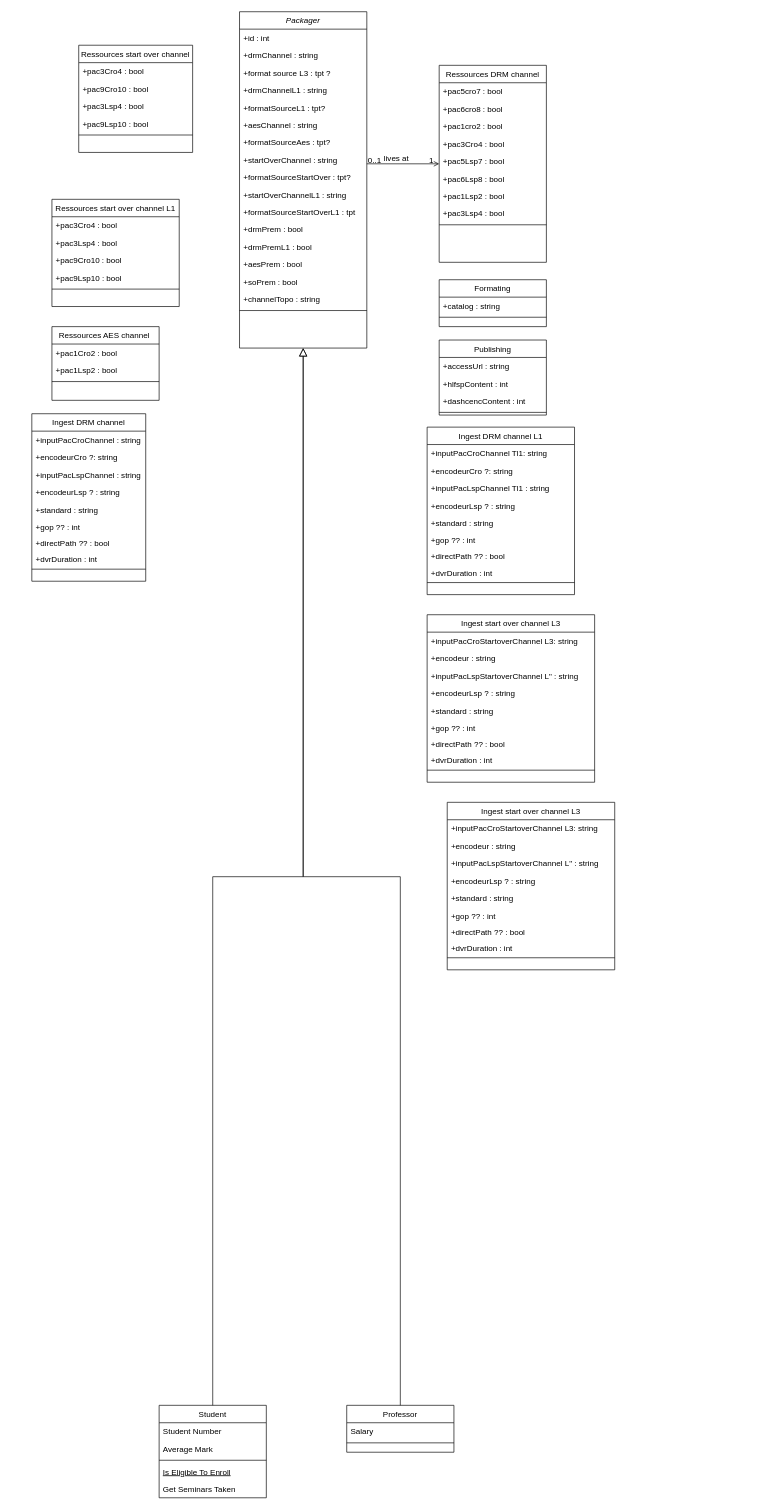
Before: Diagramme sans nom.drawio in Amegbedji-Thais/api, a draw.io diagram. Source tidied: cells renumbered, new cells numbered last; positions are measured from the earlier drawing's top-left corner, leaving out a move shared by most shapes. Both pictures are drawn from the tidied source at 67%, with x=0, y=0 at pixel (31, 11).
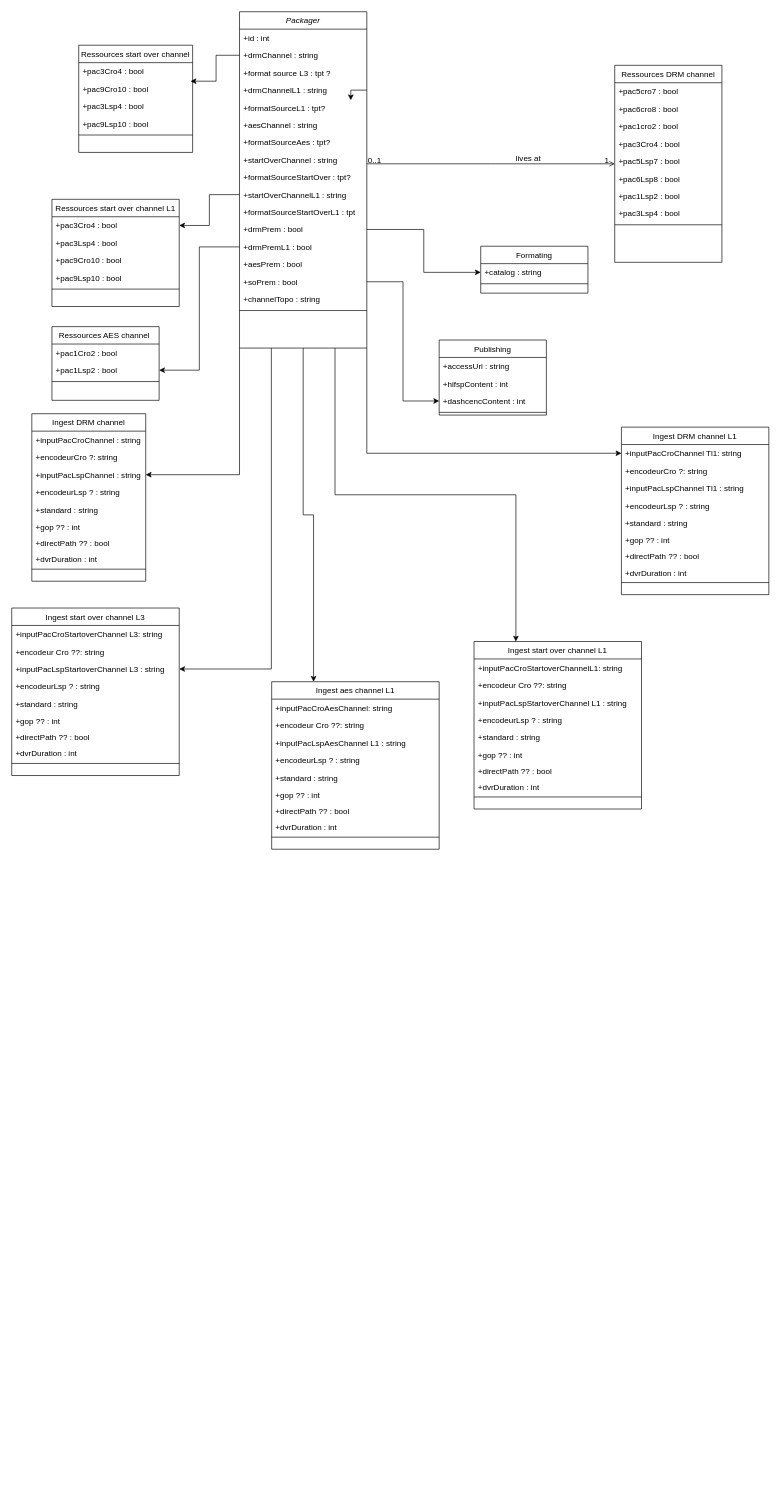
The same page after the edit.

Commit message (it also covers changes not shown here):
Packager MKP diagram.drawio

The change refers to these unchanged cells:
```xml
<mxCell id="2" value="Packager" style="swimlane;fontStyle=2;align=center;verticalAlign=top;horizontal=1;startSize=26;rounded=0;shadow=0;strokeWidth=1;" parent="1" vertex="1">
  <mxGeometry x="310" width="190" height="502" as="geometry" />
</mxCell>
<mxCell id="4" value="+drmChannel : string" style="text;align=left;verticalAlign=top;spacingLeft=4;spacingRight=4;overflow=hidden;points=[[0,0.5],[1,0.5]];portConstraint=eastwest;rounded=0;shadow=0;html=0;" parent="2" vertex="1">
  <mxGeometry y="52" width="190" height="26" as="geometry" />
</mxCell>
<mxCell id="6" value="+drmChannelL1 : string" style="text;align=left;verticalAlign=top;spacingLeft=4;spacingRight=4;overflow=hidden;points=[[0,0.5],[1,0.5]];portConstraint=eastwest;rounded=0;shadow=0;html=0;" parent="2" vertex="1">
  <mxGeometry y="104" width="190" height="26" as="geometry" />
</mxCell>
<mxCell id="7" value="+formatSourceL1 : tpt?" style="text;align=left;verticalAlign=top;spacingLeft=4;spacingRight=4;overflow=hidden;points=[[0,0.5],[1,0.5]];portConstraint=eastwest;rounded=0;shadow=0;html=0;" parent="2" vertex="1">
  <mxGeometry y="130" width="190" height="26" as="geometry" />
</mxCell>
<mxCell id="12" value="+startOverChannelL1 : string" style="text;align=left;verticalAlign=top;spacingLeft=4;spacingRight=4;overflow=hidden;points=[[0,0.5],[1,0.5]];portConstraint=eastwest;rounded=0;shadow=0;html=0;" parent="2" vertex="1">
  <mxGeometry y="260" width="190" height="26" as="geometry" />
</mxCell>
<mxCell id="14" value="+drmPrem : bool" style="text;align=left;verticalAlign=top;spacingLeft=4;spacingRight=4;overflow=hidden;points=[[0,0.5],[1,0.5]];portConstraint=eastwest;rounded=0;shadow=0;html=0;" parent="2" vertex="1">
  <mxGeometry y="312" width="190" height="26" as="geometry" />
</mxCell>
<mxCell id="15" value="+drmPremL1 : bool" style="text;align=left;verticalAlign=top;spacingLeft=4;spacingRight=4;overflow=hidden;points=[[0,0.5],[1,0.5]];portConstraint=eastwest;rounded=0;shadow=0;html=0;" parent="2" vertex="1">
  <mxGeometry y="338" width="190" height="26" as="geometry" />
</mxCell>
<mxCell id="17" value="+soPrem : bool" style="text;align=left;verticalAlign=top;spacingLeft=4;spacingRight=4;overflow=hidden;points=[[0,0.5],[1,0.5]];portConstraint=eastwest;rounded=0;shadow=0;html=0;" parent="2" vertex="1">
  <mxGeometry y="390" width="190" height="26" as="geometry" />
</mxCell>
<mxCell id="47" value="+pac9Cro10 : bool" style="text;align=left;verticalAlign=top;spacingLeft=4;spacingRight=4;overflow=hidden;points=[[0,0.5],[1,0.5]];portConstraint=eastwest;rounded=0;shadow=0;html=0;" parent="45" vertex="1">
  <mxGeometry y="52" width="170" height="26" as="geometry" />
</mxCell>
<mxCell id="52" value="+pac3Cro4 : bool" style="text;align=left;verticalAlign=top;spacingLeft=4;spacingRight=4;overflow=hidden;points=[[0,0.5],[1,0.5]];portConstraint=eastwest;" parent="51" vertex="1">
  <mxGeometry y="26" width="190" height="26" as="geometry" />
</mxCell>
<mxCell id="59" value="+pac1Lsp2 : bool" style="text;align=left;verticalAlign=top;spacingLeft=4;spacingRight=4;overflow=hidden;points=[[0,0.5],[1,0.5]];portConstraint=eastwest;rounded=0;shadow=0;html=0;" parent="57" vertex="1">
  <mxGeometry y="52" width="160" height="26" as="geometry" />
</mxCell>
<mxCell id="64" value="+inputPacLspChannel : string" style="text;align=left;verticalAlign=top;spacingLeft=4;spacingRight=4;overflow=hidden;points=[[0,0.5],[1,0.5]];portConstraint=eastwest;rounded=0;shadow=0;html=0;" parent="61" vertex="1">
  <mxGeometry y="78" width="170" height="26" as="geometry" />
</mxCell>
<mxCell id="72" value="+catalog : string" style="text;align=left;verticalAlign=top;spacingLeft=4;spacingRight=4;overflow=hidden;points=[[0,0.5],[1,0.5]];portConstraint=eastwest;" parent="71" vertex="1">
  <mxGeometry y="26" width="160" height="26" as="geometry" />
</mxCell>
<mxCell id="77" value="+dashcencContent : int" style="text;align=left;verticalAlign=top;spacingLeft=4;spacingRight=4;overflow=hidden;points=[[0,0.5],[1,0.5]];portConstraint=eastwest;rounded=0;shadow=0;html=0;" parent="74" vertex="1">
  <mxGeometry y="78" width="160" height="26" as="geometry" />
</mxCell>
<mxCell id="80" value="+inputPacCroChannel Tl1: string" style="text;align=left;verticalAlign=top;spacingLeft=4;spacingRight=4;overflow=hidden;points=[[0,0.5],[1,0.5]];portConstraint=eastwest;" parent="79" vertex="1">
  <mxGeometry y="26" width="220" height="26" as="geometry" />
</mxCell>
```

Change to the diagram source:
```diff
@@
+    <mxCell id="109" style="edgeStyle=orthogonalEdgeStyle;rounded=0;jettySize=auto;html=1;exitX=0;exitY=1;exitDx=0;exitDy=0;entryX=1;entryY=0.5;entryDx=0;entryDy=0;" parent="1" edge="1" source="2" target="64">
+      <mxGeometry relative="1" as="geometry" />
+    </mxCell>
+    <mxCell id="110" style="edgeStyle=orthogonalEdgeStyle;rounded=0;jettySize=auto;html=1;exitX=1;exitY=1;exitDx=0;exitDy=0;entryX=0;entryY=0.5;entryDx=0;entryDy=0;" parent="1" edge="1" source="2" target="80">
+      <mxGeometry relative="1" as="geometry" />
+    </mxCell>
+    <mxCell id="111" style="edgeStyle=orthogonalEdgeStyle;rounded=0;jettySize=auto;html=1;exitX=0.75;exitY=1;exitDx=0;exitDy=0;entryX=0.25;entryY=0;entryDx=0;entryDy=0;" parent="1" edge="1" source="2" target="99">
+      <mxGeometry relative="1" as="geometry" />
+    </mxCell>
+    <mxCell id="112" style="edgeStyle=orthogonalEdgeStyle;rounded=0;jettySize=auto;html=1;exitX=0.25;exitY=1;exitDx=0;exitDy=0;entryX=1;entryY=0.5;entryDx=0;entryDy=0;" parent="1" edge="1" source="2" target="92">
+      <mxGeometry relative="1" as="geometry" />
+    </mxCell>
+    <mxCell id="113" style="edgeStyle=orthogonalEdgeStyle;rounded=0;jettySize=auto;html=1;exitX=0.5;exitY=1;exitDx=0;exitDy=0;entryX=0.25;entryY=0;entryDx=0;entryDy=0;" parent="1" edge="1" source="2" target="115">
+      <mxGeometry relative="1" as="geometry" />
+    </mxCell>
@@
+    <mxCell id="114" style="edgeStyle=orthogonalEdgeStyle;rounded=0;jettySize=auto;html=1;exitX=1;exitY=0.5;exitDx=0;exitDy=0;entryX=0.874;entryY=0.081;entryDx=0;entryDy=0;entryPerimeter=0;" parent="2" edge="1" source="6" target="7">
+      <mxGeometry relative="1" as="geometry" />
+    </mxCell>
@@
-    <mxCell id="20" value="Student" style="swimlane;fontStyle=0;align=center;verticalAlign=top;horizontal=1;startSize=26;rounded=0;shadow=0;strokeWidth=1;" parent="1" vertex="1">
-      <mxGeometry x="190" y="2080" width="160" height="138" as="geometry" />
-    </mxCell>
-    <mxCell id="21" value="Student Number" style="text;align=left;verticalAlign=top;spacingLeft=4;spacingRight=4;overflow=hidden;" parent="20" vertex="1">
-      <mxGeometry y="26" width="160" height="26" as="geometry" />
-    </mxCell>
-    <mxCell id="22" value="Average Mark" style="text;align=left;verticalAlign=top;spacingLeft=4;spacingRight=4;overflow=hidden;rounded=0;shadow=0;html=0;" parent="20" vertex="1">
-      <mxGeometry y="52" width="160" height="26" as="geometry" />
-    </mxCell>
-    <mxCell id="23" style="line;html=1;strokeWidth=1;align=left;verticalAlign=middle;spacingTop=-1;spacingLeft=3;spacingRight=3;labelPosition=right;" parent="20" vertex="1">
-      <mxGeometry y="78" width="160" height="8" as="geometry" />
-    </mxCell>
-    <mxCell id="24" value="Is Eligible To Enroll" style="text;align=left;verticalAlign=top;spacingLeft=4;spacingRight=4;overflow=hidden;fontStyle=4;" parent="20" vertex="1">
-      <mxGeometry y="86" width="160" height="26" as="geometry" />
-    </mxCell>
-    <mxCell id="25" value="Get Seminars Taken" style="text;align=left;verticalAlign=top;spacingLeft=4;spacingRight=4;overflow=hidden;" parent="20" vertex="1">
-      <mxGeometry y="112" width="160" height="26" as="geometry" />
-    </mxCell>
-    <mxCell id="26" style="endArrow=block;endSize=10;endFill=0;shadow=0;strokeWidth=1;rounded=0;edgeStyle=elbowEdgeStyle;elbow=vertical;" parent="1" edge="1" source="20" target="2">
-      <mxGeometry relative="1" as="geometry" />
-    </mxCell>
-    <mxCell id="27" value="Professor" style="swimlane;fontStyle=0;align=center;verticalAlign=top;horizontal=1;startSize=26;rounded=0;shadow=0;strokeWidth=1;" parent="1" vertex="1">
-      <mxGeometry x="470" y="2080" width="160" height="70" as="geometry" />
-    </mxCell>
-    <mxCell id="28" value="Salary" style="text;align=left;verticalAlign=top;spacingLeft=4;spacingRight=4;overflow=hidden;" parent="27" vertex="1">
-      <mxGeometry y="26" width="160" height="26" as="geometry" />
-    </mxCell>
-    <mxCell id="29" style="line;html=1;strokeWidth=1;align=left;verticalAlign=middle;spacingTop=-1;spacingLeft=3;spacingRight=3;labelPosition=right;" parent="27" vertex="1">
-      <mxGeometry y="52" width="160" height="8" as="geometry" />
-    </mxCell>
-    <mxCell id="30" style="endArrow=block;endSize=10;endFill=0;shadow=0;strokeWidth=1;rounded=0;edgeStyle=elbowEdgeStyle;elbow=vertical;" parent="1" edge="1" source="27" target="2">
-      <mxGeometry relative="1" as="geometry" />
-    </mxCell>
     <mxCell id="31" value="Ressources DRM channel" style="swimlane;fontStyle=0;align=center;verticalAlign=top;horizontal=1;startSize=26;rounded=0;shadow=0;strokeWidth=1;" parent="1" vertex="1">
-      <mxGeometry x="608" y="80" width="160" height="294" as="geometry" />
+      <mxGeometry x="870" y="80" width="160" height="294" as="geometry" />
     </mxCell>
@@
     <mxCell id="71" value="Formating" style="swimlane;fontStyle=0;align=center;verticalAlign=top;horizontal=1;startSize=26;rounded=0;shadow=0;strokeWidth=1;" parent="1" vertex="1">
-      <mxGeometry x="608" y="400" width="160" height="70" as="geometry" />
+      <mxGeometry x="670" y="350" width="160" height="70" as="geometry" />
     </mxCell>
@@
     <mxCell id="79" value="Ingest DRM channel L1" style="swimlane;fontStyle=0;align=center;verticalAlign=top;horizontal=1;startSize=26;rounded=0;shadow=0;strokeWidth=1;" parent="1" vertex="1">
-      <mxGeometry x="590" y="620" width="220" height="250" as="geometry" />
+      <mxGeometry x="880" y="620" width="220" height="250" as="geometry" />
     </mxCell>
@@
     <mxCell id="89" value="Ingest start over channel L3" style="swimlane;fontStyle=0;align=center;verticalAlign=top;horizontal=1;startSize=26;rounded=0;shadow=0;strokeWidth=1;" parent="1" vertex="1">
-      <mxGeometry x="590" y="900" width="250" height="250" as="geometry" />
+      <mxGeometry x="-30" y="890" width="250" height="250" as="geometry" />
     </mxCell>
@@
-    <mxCell id="91" value="+encodeur : string" style="text;align=left;verticalAlign=top;spacingLeft=4;spacingRight=4;overflow=hidden;rounded=0;shadow=0;html=0;" parent="89" vertex="1">
+    <mxCell id="91" value="+encodeur Cro ??: string" style="text;align=left;verticalAlign=top;spacingLeft=4;spacingRight=4;overflow=hidden;rounded=0;shadow=0;html=0;" parent="89" vertex="1">
       <mxGeometry y="52" width="250" height="26" as="geometry" />
     </mxCell>
-    <mxCell id="92" value="+inputPacLspStartoverChannel L&quot; : string" style="text;align=left;verticalAlign=top;spacingLeft=4;spacingRight=4;overflow=hidden;points=[[0,0.5],[1,0.5]];portConstraint=eastwest;rounded=0;shadow=0;html=0;" parent="89" vertex="1">
+    <mxCell id="92" value="+inputPacLspStartoverChannel L3 : string" style="text;align=left;verticalAlign=top;spacingLeft=4;spacingRight=4;overflow=hidden;points=[[0,0.5],[1,0.5]];portConstraint=eastwest;rounded=0;shadow=0;html=0;" parent="89" vertex="1">
       <mxGeometry y="78" width="250" height="26" as="geometry" />
     </mxCell>
@@
-    <mxCell id="99" value="Ingest start over channel L3" style="swimlane;fontStyle=0;align=center;verticalAlign=top;horizontal=1;startSize=26;rounded=0;shadow=0;strokeWidth=1;" parent="1" vertex="1">
-      <mxGeometry x="620" y="1180" width="250" height="250" as="geometry" />
+    <mxCell id="99" value="Ingest start over channel L1" style="swimlane;fontStyle=0;align=center;verticalAlign=top;horizontal=1;startSize=26;rounded=0;shadow=0;strokeWidth=1;" parent="1" vertex="1">
+      <mxGeometry x="660" y="940" width="250" height="250" as="geometry" />
     </mxCell>
-    <mxCell id="100" value="+inputPacCroStartoverChannel L3: string" style="text;align=left;verticalAlign=top;spacingLeft=4;spacingRight=4;overflow=hidden;" parent="99" vertex="1">
+    <mxCell id="100" value="+inputPacCroStartoverChannelL1: string" style="text;align=left;verticalAlign=top;spacingLeft=4;spacingRight=4;overflow=hidden;" parent="99" vertex="1">
       <mxGeometry y="26" width="250" height="26" as="geometry" />
     </mxCell>
-    <mxCell id="101" value="+encodeur : string" style="text;align=left;verticalAlign=top;spacingLeft=4;spacingRight=4;overflow=hidden;rounded=0;shadow=0;html=0;" parent="99" vertex="1">
+    <mxCell id="101" value="+encodeur Cro ??: string" style="text;align=left;verticalAlign=top;spacingLeft=4;spacingRight=4;overflow=hidden;rounded=0;shadow=0;html=0;" parent="99" vertex="1">
       <mxGeometry y="52" width="250" height="26" as="geometry" />
     </mxCell>
-    <mxCell id="102" value="+inputPacLspStartoverChannel L&quot; : string" style="text;align=left;verticalAlign=top;spacingLeft=4;spacingRight=4;overflow=hidden;rounded=0;shadow=0;html=0;" parent="99" vertex="1">
+    <mxCell id="102" value="+inputPacLspStartoverChannel L1 : string" style="text;align=left;verticalAlign=top;spacingLeft=4;spacingRight=4;overflow=hidden;rounded=0;shadow=0;html=0;" parent="99" vertex="1">
       <mxGeometry y="78" width="250" height="26" as="geometry" />
     </mxCell>
@@
+    <mxCell id="115" value="Ingest aes channel L1" style="swimlane;fontStyle=0;align=center;verticalAlign=top;horizontal=1;startSize=26;rounded=0;shadow=0;strokeWidth=1;" parent="1" vertex="1">
+      <mxGeometry x="358" y="1000" width="250" height="250" as="geometry" />
+    </mxCell>
+    <mxCell id="116" value="+inputPacCroAesChannel: string" style="text;align=left;verticalAlign=top;spacingLeft=4;spacingRight=4;overflow=hidden;" parent="115" vertex="1">
+      <mxGeometry y="26" width="250" height="26" as="geometry" />
+    </mxCell>
+    <mxCell id="117" value="+encodeur Cro ??: string" style="text;align=left;verticalAlign=top;spacingLeft=4;spacingRight=4;overflow=hidden;rounded=0;shadow=0;html=0;" parent="115" vertex="1">
+      <mxGeometry y="52" width="250" height="26" as="geometry" />
+    </mxCell>
+    <mxCell id="118" value="+inputPacLspAesChannel L1 : string" style="text;align=left;verticalAlign=top;spacingLeft=4;spacingRight=4;overflow=hidden;rounded=0;shadow=0;html=0;" parent="115" vertex="1">
+      <mxGeometry y="78" width="250" height="26" as="geometry" />
+    </mxCell>
+    <mxCell id="119" value="+encodeurLsp ? : string" style="text;align=left;verticalAlign=top;spacingLeft=4;spacingRight=4;overflow=hidden;rounded=0;shadow=0;html=0;" parent="115" vertex="1">
+      <mxGeometry y="104" width="250" height="26" as="geometry" />
+    </mxCell>
+    <mxCell id="120" value="+standard : string" style="text;align=left;verticalAlign=top;spacingLeft=4;spacingRight=4;overflow=hidden;rounded=0;shadow=0;html=0;" parent="115" vertex="1">
+      <mxGeometry y="130" width="250" height="26" as="geometry" />
+    </mxCell>
+    <mxCell id="121" value="+gop ?? : int" style="text;align=left;verticalAlign=top;spacingLeft=4;spacingRight=4;overflow=hidden;rounded=0;shadow=0;html=0;" parent="115" vertex="1">
+      <mxGeometry y="156" width="250" height="24" as="geometry" />
+    </mxCell>
+    <mxCell id="122" value="+directPath ?? : bool" style="text;align=left;verticalAlign=top;spacingLeft=4;spacingRight=4;overflow=hidden;rounded=0;shadow=0;html=0;" parent="115" vertex="1">
+      <mxGeometry y="180" width="250" height="24" as="geometry" />
+    </mxCell>
+    <mxCell id="123" value="+dvrDuration : int" style="text;align=left;verticalAlign=top;spacingLeft=4;spacingRight=4;overflow=hidden;rounded=0;shadow=0;html=0;" parent="115" vertex="1">
+      <mxGeometry y="204" width="250" height="24" as="geometry" />
+    </mxCell>
+    <mxCell id="124" style="line;html=1;strokeWidth=1;align=left;verticalAlign=middle;spacingTop=-1;spacingLeft=3;spacingRight=3;labelPosition=right;" parent="115" vertex="1">
+      <mxGeometry y="228" width="250" height="8" as="geometry" />
+    </mxCell>
+    <mxCell id="125" style="edgeStyle=orthogonalEdgeStyle;rounded=0;jettySize=auto;html=1;exitX=0;exitY=0.5;exitDx=0;exitDy=0;entryX=0.982;entryY=0.064;entryDx=0;entryDy=0;entryPerimeter=0;" parent="1" edge="1" source="4" target="47">
+      <mxGeometry relative="1" as="geometry" />
+    </mxCell>
+    <mxCell id="126" style="edgeStyle=orthogonalEdgeStyle;rounded=0;jettySize=auto;html=1;exitX=0;exitY=0.5;exitDx=0;exitDy=0;entryX=1;entryY=0.5;entryDx=0;entryDy=0;" parent="1" edge="1" source="12" target="52">
+      <mxGeometry relative="1" as="geometry" />
+    </mxCell>
+    <mxCell id="127" style="edgeStyle=orthogonalEdgeStyle;rounded=0;jettySize=auto;html=1;exitX=0;exitY=0.5;exitDx=0;exitDy=0;entryX=1;entryY=0.5;entryDx=0;entryDy=0;" parent="1" edge="1" source="15" target="59">
+      <mxGeometry relative="1" as="geometry" />
+    </mxCell>
+    <mxCell id="128" style="edgeStyle=orthogonalEdgeStyle;rounded=0;jettySize=auto;html=1;exitX=1;exitY=0.5;exitDx=0;exitDy=0;entryX=0;entryY=0.5;entryDx=0;entryDy=0;" parent="1" edge="1" source="14" target="72">
+      <mxGeometry relative="1" as="geometry" />
+    </mxCell>
+    <mxCell id="129" style="edgeStyle=orthogonalEdgeStyle;rounded=0;jettySize=auto;html=1;exitX=1;exitY=0.5;exitDx=0;exitDy=0;entryX=0;entryY=0.5;entryDx=0;entryDy=0;" parent="1" edge="1" source="17" target="77">
+      <mxGeometry relative="1" as="geometry" />
+    </mxCell>
```
